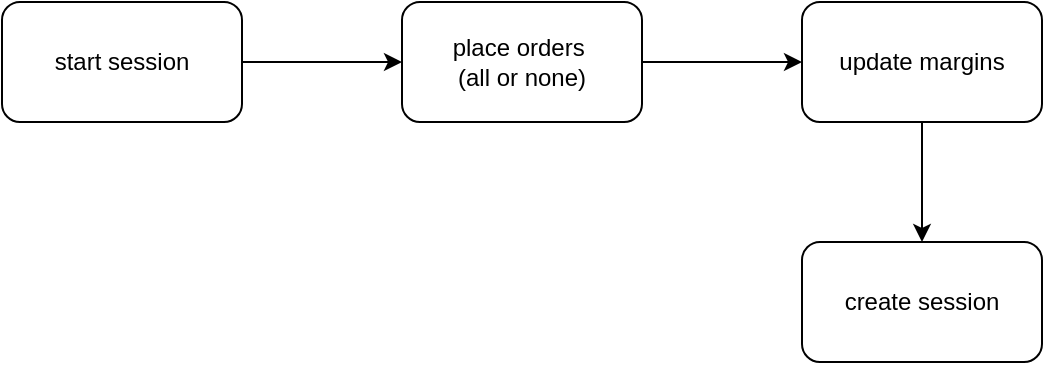
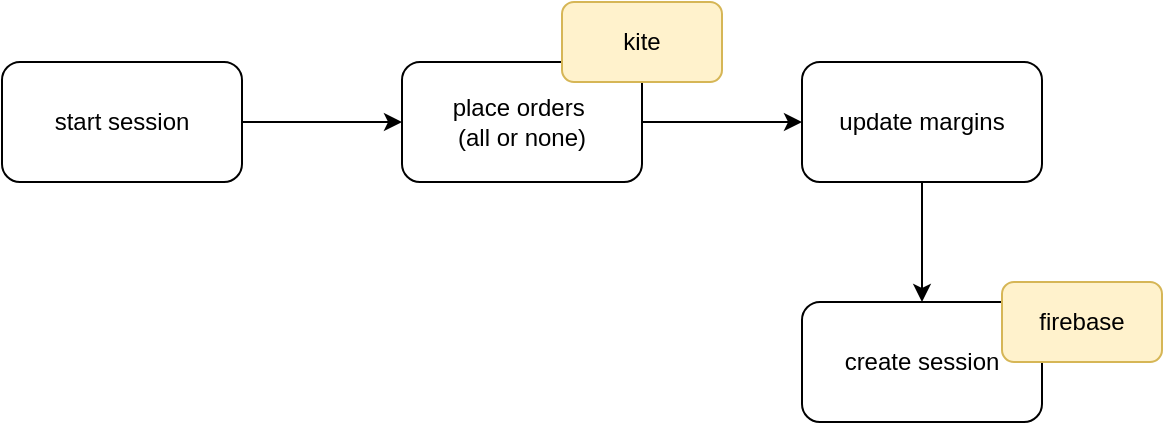
<mxfile host="app.diagrams.net" pages="4">
  <diagram id="YVkBlKKJ4RNEtawBKbZk" name="Session">
    <mxGraphModel dx="1357" dy="626" grid="1" gridSize="10" guides="1" tooltips="1" connect="1" arrows="1" fold="1" page="0" pageScale="1" pageWidth="402" pageHeight="874" math="0" shadow="0">
      <root>
        <mxCell id="0" />
        <mxCell id="1" parent="0" />
        <mxCell id="b8iQl_XISdQ6rZ6kNcMQ-3" edge="1" parent="1" source="b8iQl_XISdQ6rZ6kNcMQ-1" style="edgeStyle=orthogonalEdgeStyle;rounded=0;orthogonalLoop=1;jettySize=auto;html=1;" target="b8iQl_XISdQ6rZ6kNcMQ-2" value="">
          <mxGeometry relative="1" as="geometry" />
        </mxCell>
        <mxCell id="b8iQl_XISdQ6rZ6kNcMQ-1" parent="1" style="rounded=1;whiteSpace=wrap;html=1;" value="start session" vertex="1">
          <mxGeometry height="60" width="120" x="-200" y="80" as="geometry" />
        </mxCell>
        <mxCell id="b8iQl_XISdQ6rZ6kNcMQ-5" edge="1" parent="1" source="b8iQl_XISdQ6rZ6kNcMQ-2" style="edgeStyle=orthogonalEdgeStyle;rounded=0;orthogonalLoop=1;jettySize=auto;html=1;" target="b8iQl_XISdQ6rZ6kNcMQ-4" value="">
          <mxGeometry relative="1" as="geometry" />
        </mxCell>
        <mxCell id="b8iQl_XISdQ6rZ6kNcMQ-2" parent="1" style="whiteSpace=wrap;html=1;rounded=1;" value="place orders&amp;nbsp;&lt;br&gt;(all or none)" vertex="1">
          <mxGeometry height="60" width="120" y="80" as="geometry" />
        </mxCell>
        <mxCell id="b8iQl_XISdQ6rZ6kNcMQ-7" edge="1" parent="1" source="b8iQl_XISdQ6rZ6kNcMQ-4" style="edgeStyle=orthogonalEdgeStyle;rounded=0;orthogonalLoop=1;jettySize=auto;html=1;" target="b8iQl_XISdQ6rZ6kNcMQ-6" value="">
          <mxGeometry relative="1" as="geometry" />
        </mxCell>
        <mxCell id="b8iQl_XISdQ6rZ6kNcMQ-4" parent="1" style="whiteSpace=wrap;html=1;rounded=1;" value="update margins" vertex="1">
          <mxGeometry height="60" width="120" x="200" y="80" as="geometry" />
        </mxCell>
        <mxCell id="b8iQl_XISdQ6rZ6kNcMQ-6" parent="1" style="whiteSpace=wrap;html=1;rounded=1;" value="create session" vertex="1">
          <mxGeometry height="60" width="120" x="200" y="200" as="geometry" />
+         </mxCell>
+         <mxCell id="b8iQl_XISdQ6rZ6kNcMQ-8" parent="1" style="rounded=1;whiteSpace=wrap;html=1;fillColor=#fff2cc;strokeColor=#d6b656;" value="firebase" vertex="1">
+           <mxGeometry height="40" width="80" x="300" y="190" as="geometry" />
+         </mxCell>
+         <mxCell id="b8iQl_XISdQ6rZ6kNcMQ-9" parent="1" style="rounded=1;whiteSpace=wrap;html=1;fillColor=#fff2cc;strokeColor=#d6b656;" value="kite" vertex="1">
+           <mxGeometry height="40" width="80" x="80" y="50" as="geometry" />
        </mxCell>
      </root>
    </mxGraphModel>
  </diagram>
  <diagram id="4KjMPYYtLXdBkkJX1B08" name="Auth">
    <mxGraphModel dx="1276" dy="835" grid="0" gridSize="10" guides="1" tooltips="1" connect="1" arrows="1" fold="1" page="0" pageScale="1" pageWidth="402" pageHeight="874" math="0" shadow="0">
      <root>
        <mxCell id="0" />
        <mxCell id="1" parent="0" />
        <mxCell id="pPH6oVQiPgVcm9OUePWL-3" edge="1" parent="1" source="pPH6oVQiPgVcm9OUePWL-1" style="edgeStyle=orthogonalEdgeStyle;rounded=0;orthogonalLoop=1;jettySize=auto;html=1;" target="pPH6oVQiPgVcm9OUePWL-2" value="">
          <mxGeometry relative="1" as="geometry" />
        </mxCell>
        <mxCell id="pPH6oVQiPgVcm9OUePWL-1" parent="1" style="rounded=1;whiteSpace=wrap;html=1;" value="User clicks &quot;Login&quot; Button" vertex="1">
          <mxGeometry height="60" width="120" x="23" y="101" as="geometry" />
        </mxCell>
        <mxCell id="pPH6oVQiPgVcm9OUePWL-5" edge="1" parent="1" source="pPH6oVQiPgVcm9OUePWL-2" style="edgeStyle=orthogonalEdgeStyle;rounded=0;orthogonalLoop=1;jettySize=auto;html=1;" target="pPH6oVQiPgVcm9OUePWL-4" value="">
          <mxGeometry relative="1" as="geometry" />
        </mxCell>
        <mxCell id="pPH6oVQiPgVcm9OUePWL-2" parent="1" style="whiteSpace=wrap;html=1;rounded=1;" value="Open the Login URL" vertex="1">
          <mxGeometry height="60" width="120" x="223" y="101" as="geometry" />
        </mxCell>
        <mxCell id="pPH6oVQiPgVcm9OUePWL-7" edge="1" parent="1" source="pPH6oVQiPgVcm9OUePWL-4" style="edgeStyle=orthogonalEdgeStyle;rounded=0;orthogonalLoop=1;jettySize=auto;html=1;" target="pPH6oVQiPgVcm9OUePWL-6" value="">
          <mxGeometry relative="1" as="geometry" />
        </mxCell>
        <mxCell id="pPH6oVQiPgVcm9OUePWL-4" parent="1" style="whiteSpace=wrap;html=1;rounded=1;" value="User logins to Zerodha" vertex="1">
          <mxGeometry height="60" width="120" x="423" y="101" as="geometry" />
        </mxCell>
        <mxCell id="pPH6oVQiPgVcm9OUePWL-9" edge="1" parent="1" source="pPH6oVQiPgVcm9OUePWL-6" style="edgeStyle=orthogonalEdgeStyle;rounded=0;orthogonalLoop=1;jettySize=auto;html=1;" target="pPH6oVQiPgVcm9OUePWL-8" value="">
          <mxGeometry relative="1" as="geometry" />
        </mxCell>
        <mxCell id="pPH6oVQiPgVcm9OUePWL-6" parent="1" style="whiteSpace=wrap;html=1;rounded=1;" value="Redirected to callback URL with request_token&lt;br&gt;&lt;b&gt;http://localhost:3000/api/auth/kite/callback&lt;/b&gt;" vertex="1">
          <mxGeometry height="60" width="262" x="352" y="244" as="geometry" />
        </mxCell>
        <mxCell id="pPH6oVQiPgVcm9OUePWL-13" edge="1" parent="1" source="pPH6oVQiPgVcm9OUePWL-8" style="edgeStyle=orthogonalEdgeStyle;rounded=0;orthogonalLoop=1;jettySize=auto;html=1;" target="pPH6oVQiPgVcm9OUePWL-12" value="">
          <mxGeometry relative="1" as="geometry" />
        </mxCell>
        <mxCell id="pPH6oVQiPgVcm9OUePWL-8" parent="1" style="whiteSpace=wrap;html=1;rounded=1;" value="In loader for this route, generate the session" vertex="1">
          <mxGeometry height="60" width="120" x="17" y="244" as="geometry" />
        </mxCell>
        <mxCell id="pPH6oVQiPgVcm9OUePWL-15" edge="1" parent="1" source="pPH6oVQiPgVcm9OUePWL-12" style="edgeStyle=orthogonalEdgeStyle;rounded=0;orthogonalLoop=1;jettySize=auto;html=1;" target="pPH6oVQiPgVcm9OUePWL-14" value="">
          <mxGeometry relative="1" as="geometry" />
        </mxCell>
        <mxCell id="pPH6oVQiPgVcm9OUePWL-12" parent="1" style="whiteSpace=wrap;html=1;rounded=1;" value="Serialize and save the access token in cookie" vertex="1">
          <mxGeometry height="60" width="120" x="17" y="384" as="geometry" />
        </mxCell>
        <mxCell id="pPH6oVQiPgVcm9OUePWL-17" edge="1" parent="1" source="pPH6oVQiPgVcm9OUePWL-14" style="edgeStyle=orthogonalEdgeStyle;rounded=0;orthogonalLoop=1;jettySize=auto;html=1;" target="pPH6oVQiPgVcm9OUePWL-16" value="">
          <mxGeometry relative="1" as="geometry" />
        </mxCell>
        <mxCell id="pPH6oVQiPgVcm9OUePWL-14" parent="1" style="whiteSpace=wrap;html=1;rounded=1;" value="redirect to /dashboard" vertex="1">
          <mxGeometry height="60" width="120" x="217" y="384" as="geometry" />
        </mxCell>
        <mxCell id="pPH6oVQiPgVcm9OUePWL-19" edge="1" parent="1" source="pPH6oVQiPgVcm9OUePWL-16" style="edgeStyle=orthogonalEdgeStyle;rounded=0;orthogonalLoop=1;jettySize=auto;html=1;" target="pPH6oVQiPgVcm9OUePWL-18" value="">
          <mxGeometry relative="1" as="geometry" />
        </mxCell>
        <mxCell id="pPH6oVQiPgVcm9OUePWL-16" parent="1" style="whiteSpace=wrap;html=1;rounded=1;" value="in dashboard loader, get the access token from the cookie and send it to client" vertex="1">
          <mxGeometry height="60" width="120" x="417" y="384" as="geometry" />
        </mxCell>
        <mxCell id="pPH6oVQiPgVcm9OUePWL-21" edge="1" parent="1" source="pPH6oVQiPgVcm9OUePWL-18" style="edgeStyle=orthogonalEdgeStyle;rounded=0;orthogonalLoop=1;jettySize=auto;html=1;" target="pPH6oVQiPgVcm9OUePWL-20" value="">
          <mxGeometry relative="1" as="geometry" />
        </mxCell>
        <mxCell id="pPH6oVQiPgVcm9OUePWL-18" parent="1" style="whiteSpace=wrap;html=1;rounded=1;" value="front-end creates the kc client with api_key and access_token.&amp;nbsp;&amp;nbsp;" vertex="1">
          <mxGeometry height="60" width="120" x="617" y="384" as="geometry" />
        </mxCell>
        <mxCell id="pPH6oVQiPgVcm9OUePWL-20" parent="1" style="whiteSpace=wrap;html=1;rounded=1;" value="use kc client for calling Kite APIs" vertex="1">
          <mxGeometry height="60" width="120" x="617" y="524" as="geometry" />
        </mxCell>
      </root>
    </mxGraphModel>
  </diagram>
  <diagram name="UI/UX" id="5MV4RERJIjpIYta4IkZD">
    <mxGraphModel dx="3134" dy="2189" grid="0" gridSize="10" guides="1" tooltips="1" connect="1" arrows="1" fold="1" page="0" pageScale="1" pageWidth="402" pageHeight="874" background="#ffffff" math="0" shadow="0">
      <root>
        <mxCell id="0" />
        <mxCell id="1" parent="0" />
        <mxCell id="ExlUUjPYo0Ii6ma58Pc_-14" parent="1" style="rounded=1;whiteSpace=wrap;html=1;" value="" vertex="1">
          <mxGeometry height="321" width="1097" x="-296" y="-20" as="geometry" />
        </mxCell>
        <mxCell id="ExlUUjPYo0Ii6ma58Pc_-13" parent="1" style="rounded=1;whiteSpace=wrap;html=1;" value="" vertex="1">
          <mxGeometry height="321" width="1097" x="-287" y="732" as="geometry" />
        </mxCell>
        <mxCell id="iMmVTYed4h1aN_pzg3ix-1" parent="1" style="text;html=1;whiteSpace=wrap;strokeColor=none;fillColor=none;align=center;verticalAlign=middle;rounded=0;fontStyle=1;fontSize=48;fontColor=light-dark(#7a7978, #ededed);" value="Net Qty." vertex="1">
          <mxGeometry height="59" width="60" x="-120" y="72" as="geometry" />
        </mxCell>
        <mxCell id="iMmVTYed4h1aN_pzg3ix-2" parent="1" style="text;html=1;whiteSpace=wrap;strokeColor=none;fillColor=none;align=center;verticalAlign=middle;rounded=0;fontStyle=1;fontSize=48;fontColor=light-dark(#7a7978, #ededed);" value="AVG. PRICE" vertex="1">
          <mxGeometry height="59" width="60" x="149" y="61" as="geometry" />
        </mxCell>
        <mxCell id="iMmVTYed4h1aN_pzg3ix-3" parent="1" style="text;html=1;whiteSpace=wrap;strokeColor=none;fillColor=none;align=center;verticalAlign=middle;rounded=0;fontStyle=1;fontSize=48;fontColor=light-dark(#7a7978, #ededed);" value="LTP" vertex="1">
          <mxGeometry height="59" width="60" x="418" y="61" as="geometry" />
        </mxCell>
        <mxCell id="iMmVTYed4h1aN_pzg3ix-4" parent="1" style="text;html=1;whiteSpace=wrap;strokeColor=none;fillColor=none;align=center;verticalAlign=middle;rounded=0;fontStyle=1;fontSize=48;fontColor=light-dark(#7a7978, #ededed);" value="PnL" vertex="1">
          <mxGeometry height="59" width="60" x="687" y="61" as="geometry" />
        </mxCell>
        <mxCell id="iMmVTYed4h1aN_pzg3ix-5" parent="1" style="text;html=1;whiteSpace=wrap;strokeColor=none;fillColor=none;align=center;verticalAlign=middle;rounded=0;fontSize=36;fontStyle=1" value="100" vertex="1">
          <mxGeometry height="30" width="60" x="-120" y="211" as="geometry" />
        </mxCell>
        <mxCell id="iMmVTYed4h1aN_pzg3ix-6" parent="1" style="text;html=1;whiteSpace=wrap;strokeColor=none;fillColor=none;align=center;verticalAlign=middle;rounded=0;fontSize=36;fontStyle=1" value="36.40" vertex="1">
          <mxGeometry height="30" width="60" x="149" y="211" as="geometry" />
        </mxCell>
        <mxCell id="iMmVTYed4h1aN_pzg3ix-7" parent="1" style="text;html=1;whiteSpace=wrap;strokeColor=none;fillColor=none;align=center;verticalAlign=middle;rounded=0;fontSize=36;fontStyle=1" value="37.45" vertex="1">
          <mxGeometry height="30" width="60" x="418" y="211" as="geometry" />
        </mxCell>
        <mxCell id="iMmVTYed4h1aN_pzg3ix-8" parent="1" style="text;html=1;whiteSpace=wrap;strokeColor=none;fillColor=none;align=center;verticalAlign=middle;rounded=0;fontSize=36;fontStyle=1" value="100" vertex="1">
          <mxGeometry height="30" width="60" x="687" y="211" as="geometry" />
        </mxCell>
        <mxCell id="7si3vGMUa6yKKs87A3T9-2" edge="1" parent="1" source="7si3vGMUa6yKKs87A3T9-1" style="edgeStyle=orthogonalEdgeStyle;rounded=0;orthogonalLoop=1;jettySize=auto;html=1;exitX=0.5;exitY=0;exitDx=0;exitDy=0;entryX=0;entryY=0.5;entryDx=0;entryDy=0;" target="iMmVTYed4h1aN_pzg3ix-5">
          <mxGeometry relative="1" as="geometry">
            <Array as="points">
              <mxPoint x="-283" y="227" />
              <mxPoint x="-139" y="227" />
            </Array>
            <mxPoint x="-139.09090909090924" y="259.27272727272725" as="targetPoint" />
          </mxGeometry>
        </mxCell>
        <mxCell id="7si3vGMUa6yKKs87A3T9-1" parent="1" style="text;html=1;whiteSpace=wrap;strokeColor=none;fillColor=none;align=center;verticalAlign=middle;rounded=0;fontStyle=1" value="Red color if negative, blue color if positive" vertex="1">
          <mxGeometry height="70" width="129" x="-347" y="453" as="geometry" />
        </mxCell>
        <mxCell id="7si3vGMUa6yKKs87A3T9-4" edge="1" parent="1" source="7si3vGMUa6yKKs87A3T9-3" style="edgeStyle=orthogonalEdgeStyle;rounded=0;orthogonalLoop=1;jettySize=auto;html=1;entryX=0.5;entryY=1;entryDx=0;entryDy=0;" target="iMmVTYed4h1aN_pzg3ix-8">
          <mxGeometry relative="1" as="geometry" />
        </mxCell>
        <mxCell id="7si3vGMUa6yKKs87A3T9-3" parent="1" style="text;html=1;whiteSpace=wrap;strokeColor=none;fillColor=none;align=center;verticalAlign=middle;rounded=0;fontStyle=1" value="Red color if negative, blue color if positive" vertex="1">
          <mxGeometry height="70" width="129" x="681" y="398" as="geometry" />
        </mxCell>
        <mxCell id="7si3vGMUa6yKKs87A3T9-5" parent="1" style="text;html=1;whiteSpace=wrap;strokeColor=none;fillColor=none;align=center;verticalAlign=middle;rounded=0;" value="Will receive the following props:&lt;br&gt;netQuantity: number;&lt;br&gt;&lt;div&gt;averagePrice: number&lt;/div&gt;&lt;div&gt;ltp: number;&lt;/div&gt;" vertex="1">
          <mxGeometry height="101" width="203" x="-25" y="355" as="geometry" />
        </mxCell>
        <mxCell id="7si3vGMUa6yKKs87A3T9-6" parent="1" style="text;html=1;whiteSpace=wrap;strokeColor=none;fillColor=none;align=center;verticalAlign=middle;rounded=0;" value="PnL needs to be calculated by the component" vertex="1">
          <mxGeometry height="101" width="203" x="-21" y="482" as="geometry" />
        </mxCell>
        <mxCell id="7si3vGMUa6yKKs87A3T9-7" parent="1" style="text;html=1;whiteSpace=wrap;strokeColor=none;fillColor=none;align=center;verticalAlign=middle;rounded=0;fontStyle=1;fontSize=48;fontColor=light-dark(#7a7978, #ededed);" value="Net Qty." vertex="1">
          <mxGeometry height="59" width="60" x="-186" y="816" as="geometry" />
        </mxCell>
        <mxCell id="7si3vGMUa6yKKs87A3T9-8" parent="1" style="text;html=1;whiteSpace=wrap;strokeColor=none;fillColor=none;align=center;verticalAlign=middle;rounded=0;fontStyle=1;fontSize=48;fontColor=light-dark(#7a7978, #ededed);" value="AVG. PRICE" vertex="1">
          <mxGeometry height="59" width="60" x="83" y="805" as="geometry" />
        </mxCell>
        <mxCell id="7si3vGMUa6yKKs87A3T9-9" parent="1" style="text;html=1;whiteSpace=wrap;strokeColor=none;fillColor=none;align=center;verticalAlign=middle;rounded=0;fontStyle=1;fontSize=48;fontColor=light-dark(#7a7978, #ededed);" value="LTP" vertex="1">
          <mxGeometry height="59" width="60" x="352" y="805" as="geometry" />
        </mxCell>
        <mxCell id="7si3vGMUa6yKKs87A3T9-10" parent="1" style="text;html=1;whiteSpace=wrap;strokeColor=none;fillColor=none;align=center;verticalAlign=middle;rounded=0;fontStyle=1;fontSize=48;fontColor=light-dark(#7a7978, #ededed);" value="PnL" vertex="1">
          <mxGeometry height="59" width="60" x="621" y="805" as="geometry" />
        </mxCell>
        <mxCell id="7si3vGMUa6yKKs87A3T9-11" parent="1" style="text;html=1;whiteSpace=wrap;strokeColor=none;fillColor=none;align=center;verticalAlign=middle;rounded=0;fontSize=18;fontStyle=1" value="{props.netQuantity}" vertex="1">
          <mxGeometry height="30" width="60" x="-186" y="955" as="geometry" />
        </mxCell>
        <mxCell id="7si3vGMUa6yKKs87A3T9-12" parent="1" style="text;html=1;whiteSpace=wrap;strokeColor=none;fillColor=none;align=center;verticalAlign=middle;rounded=0;fontSize=18;fontStyle=1" value="&lt;div&gt;{props.averagePrice}&lt;/div&gt;" vertex="1">
          <mxGeometry height="30" width="60" x="83" y="955" as="geometry" />
        </mxCell>
        <mxCell id="7si3vGMUa6yKKs87A3T9-13" parent="1" style="text;html=1;whiteSpace=wrap;strokeColor=none;fillColor=none;align=center;verticalAlign=middle;rounded=0;fontSize=18;fontStyle=1" value="{props.ltp}" vertex="1">
          <mxGeometry height="30" width="60" x="352" y="955" as="geometry" />
        </mxCell>
        <mxCell id="7si3vGMUa6yKKs87A3T9-14" parent="1" style="text;html=1;whiteSpace=wrap;strokeColor=none;fillColor=none;align=center;verticalAlign=middle;rounded=0;fontSize=18;fontStyle=1" value="{pnl}" vertex="1">
          <mxGeometry height="30" width="60" x="621" y="955" as="geometry" />
        </mxCell>
        <mxCell id="ExlUUjPYo0Ii6ma58Pc_-1" parent="1" style="rounded=1;whiteSpace=wrap;html=1;" value="" vertex="1">
          <mxGeometry height="321" width="1253" x="-202" y="1234" as="geometry" />
        </mxCell>
        <mxCell id="ExlUUjPYo0Ii6ma58Pc_-2" parent="1" style="text;html=1;whiteSpace=wrap;strokeColor=none;fillColor=none;align=center;verticalAlign=middle;rounded=0;fontStyle=1;fontSize=48;fontColor=light-dark(#7a7978, #ededed);" value="Total Margin" vertex="1">
          <mxGeometry height="59" width="168" x="-154" y="1292" as="geometry" />
        </mxCell>
        <mxCell id="ExlUUjPYo0Ii6ma58Pc_-3" parent="1" style="text;html=1;whiteSpace=wrap;strokeColor=none;fillColor=none;align=center;verticalAlign=middle;rounded=0;fontStyle=1;fontSize=48;fontColor=light-dark(#7a7978, #ededed);" value="Utilized Margin" vertex="1">
          <mxGeometry height="59" width="168" x="330" y="1295" as="geometry" />
        </mxCell>
        <mxCell id="ExlUUjPYo0Ii6ma58Pc_-4" parent="1" style="text;html=1;whiteSpace=wrap;strokeColor=none;fillColor=none;align=center;verticalAlign=middle;rounded=0;fontStyle=1;fontSize=48;fontColor=light-dark(#7a7978, #ededed);" value="Net Margin" vertex="1">
          <mxGeometry height="59" width="168" x="813" y="1289" as="geometry" />
        </mxCell>
        <mxCell id="ExlUUjPYo0Ii6ma58Pc_-5" parent="1" style="text;html=1;whiteSpace=wrap;strokeColor=none;fillColor=none;align=center;verticalAlign=middle;rounded=0;fontSize=42;" value="₹2000" vertex="1">
          <mxGeometry height="30" width="60" x="-100" y="1412" as="geometry" />
        </mxCell>
        <mxCell id="ExlUUjPYo0Ii6ma58Pc_-7" parent="1" style="text;html=1;whiteSpace=wrap;strokeColor=none;fillColor=none;align=center;verticalAlign=middle;rounded=0;fontSize=42;" value="₹200" vertex="1">
          <mxGeometry height="30" width="60" x="384" y="1412" as="geometry" />
        </mxCell>
        <mxCell id="ExlUUjPYo0Ii6ma58Pc_-8" parent="1" style="text;html=1;whiteSpace=wrap;strokeColor=none;fillColor=none;align=center;verticalAlign=middle;rounded=0;fontSize=42;" value="₹1800" vertex="1">
          <mxGeometry height="30" width="60" x="867" y="1412" as="geometry" />
        </mxCell>
        <mxCell id="ExlUUjPYo0Ii6ma58Pc_-9" parent="1" style="html=1;shadow=0;dashed=0;shape=mxgraph.bootstrap.rrect;rSize=5;fillColor=#E9ECEF;strokeColor=none;" value="" vertex="1">
          <mxGeometry height="20" width="800" x="24.5" y="1507" as="geometry" />
        </mxCell>
        <mxCell id="ExlUUjPYo0Ii6ma58Pc_-10" parent="ExlUUjPYo0Ii6ma58Pc_-9" style="html=1;shadow=0;dashed=0;shape=mxgraph.bootstrap.leftButton;rSize=5;fillColor=#1CA5B8;strokeColor=none;resizeHeight=1;" value="" vertex="1">
          <mxGeometry height="20" relative="1" width="250" as="geometry" />
        </mxCell>
        <mxCell id="ExlUUjPYo0Ii6ma58Pc_-11" parent="1" style="text;html=1;whiteSpace=wrap;strokeColor=none;fillColor=none;align=center;verticalAlign=middle;rounded=0;fontSize=24;" value="The max value on the progress bar is the total margin and the filled in part is the utilized margin" vertex="1">
          <mxGeometry height="92" width="269" x="175" y="1620" as="geometry" />
        </mxCell>
        <mxCell id="ExlUUjPYo0Ii6ma58Pc_-12" edge="1" parent="1" source="ExlUUjPYo0Ii6ma58Pc_-11" style="edgeStyle=orthogonalEdgeStyle;rounded=0;orthogonalLoop=1;jettySize=auto;html=1;exitX=0.5;exitY=0;exitDx=0;exitDy=0;entryX=0.412;entryY=0.999;entryDx=0;entryDy=0;entryPerimeter=0;" target="ExlUUjPYo0Ii6ma58Pc_-1">
          <mxGeometry relative="1" as="geometry" />
        </mxCell>
      </root>
    </mxGraphModel>
  </diagram>
  <diagram id="dmkDPsUycKQvBsQ4H3Di" name="Kite-Fly-Ticker-Architecture">
    <mxGraphModel dx="1357" dy="626" grid="0" gridSize="10" guides="1" tooltips="1" connect="1" arrows="1" fold="1" page="0" pageScale="1" pageWidth="402" pageHeight="874" math="0" shadow="0">
      <root>
        <mxCell id="0" />
        <mxCell id="1" parent="0" />
        <mxCell id="FDZGNOtkY16CQce4NqAR-3" edge="1" parent="1" source="FDZGNOtkY16CQce4NqAR-1" style="edgeStyle=orthogonalEdgeStyle;rounded=0;orthogonalLoop=1;jettySize=auto;html=1;" target="FDZGNOtkY16CQce4NqAR-2" value="">
          <mxGeometry relative="1" as="geometry" />
        </mxCell>
        <mxCell id="FDZGNOtkY16CQce4NqAR-1" parent="1" style="rounded=1;whiteSpace=wrap;html=1;" value="Client posts a request - for example:&lt;br&gt;&lt;div&gt;&lt;br&gt;&lt;/div&gt;&lt;br&gt;&lt;div&gt;fetch(&quot;http://localhost:3000/api/ltp&quot;, () =&amp;gt; {&lt;/div&gt;&lt;div&gt;method: &quot;POST&quot;,&lt;/div&gt;&lt;div&gt;body: JSON.stringify({&lt;/div&gt;&lt;div&gt;instrument: &quot;WIPRO&quot;,&lt;br&gt;ltp: 128.10&lt;/div&gt;&lt;div&gt;})&lt;/div&gt;&lt;div&gt;})&lt;br&gt;&lt;br&gt;The call is made from another site - for ex. https://kite.zerodha.com&lt;/div&gt;" vertex="1">
          <mxGeometry height="236" width="345" x="-33" y="45" as="geometry" />
        </mxCell>
        <mxCell id="FDZGNOtkY16CQce4NqAR-5" edge="1" parent="1" source="FDZGNOtkY16CQce4NqAR-2" style="edgeStyle=orthogonalEdgeStyle;rounded=0;orthogonalLoop=1;jettySize=auto;html=1;" target="FDZGNOtkY16CQce4NqAR-4" value="">
          <mxGeometry relative="1" as="geometry" />
        </mxCell>
        <mxCell id="FDZGNOtkY16CQce4NqAR-2" parent="1" style="whiteSpace=wrap;html=1;rounded=1;" value="SERVER" vertex="1">
          <mxGeometry height="60" width="120" x="504.5" y="98.5" as="geometry" />
        </mxCell>
        <mxCell id="FDZGNOtkY16CQce4NqAR-8" edge="1" parent="1" source="FDZGNOtkY16CQce4NqAR-4" style="edgeStyle=orthogonalEdgeStyle;rounded=0;orthogonalLoop=1;jettySize=auto;html=1;exitX=0.75;exitY=1;exitDx=0;exitDy=0;entryX=1;entryY=0.75;entryDx=0;entryDy=0;" target="FDZGNOtkY16CQce4NqAR-6">
          <mxGeometry relative="1" as="geometry" />
        </mxCell>
        <mxCell id="FDZGNOtkY16CQce4NqAR-4" parent="1" style="whiteSpace=wrap;html=1;rounded=1;" value="Websocket" vertex="1">
          <mxGeometry height="60" width="120" x="504.5" y="265" as="geometry" />
        </mxCell>
        <mxCell id="FDZGNOtkY16CQce4NqAR-7" edge="1" parent="1" source="FDZGNOtkY16CQce4NqAR-6" style="edgeStyle=orthogonalEdgeStyle;rounded=0;orthogonalLoop=1;jettySize=auto;html=1;entryX=0.5;entryY=1;entryDx=0;entryDy=0;" target="FDZGNOtkY16CQce4NqAR-4">
          <mxGeometry relative="1" as="geometry" />
        </mxCell>
        <mxCell id="FDZGNOtkY16CQce4NqAR-6" parent="1" style="rounded=1;whiteSpace=wrap;html=1;" value="On another client,&lt;div&gt;new Websocket()&lt;/div&gt;// receive the data which is sent from /api/ltp" vertex="1">
          <mxGeometry height="167" width="345" x="1" y="392" as="geometry" />
        </mxCell>
      </root>
    </mxGraphModel>
  </diagram>
</mxfile>
